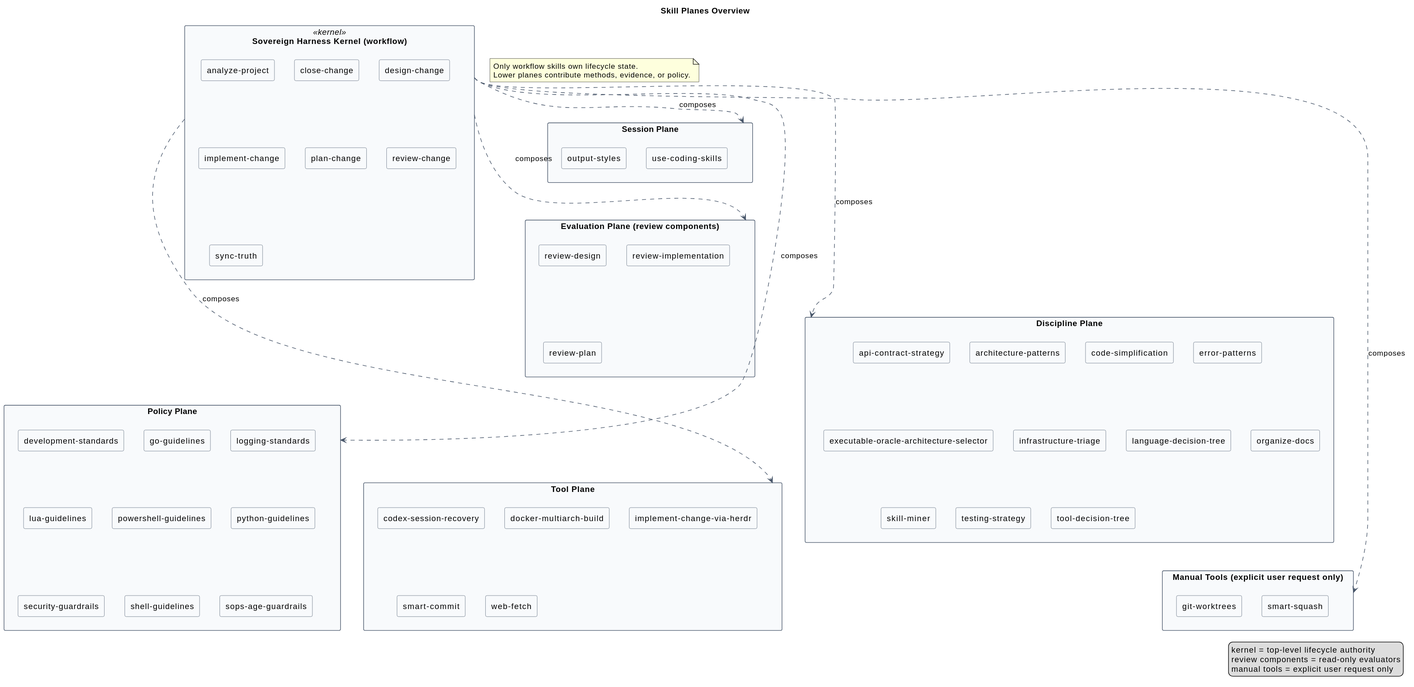
Earlier version of the PlantUML export docs/architecture/generated/skill-planes.svg (CsHeng/agent-skills).
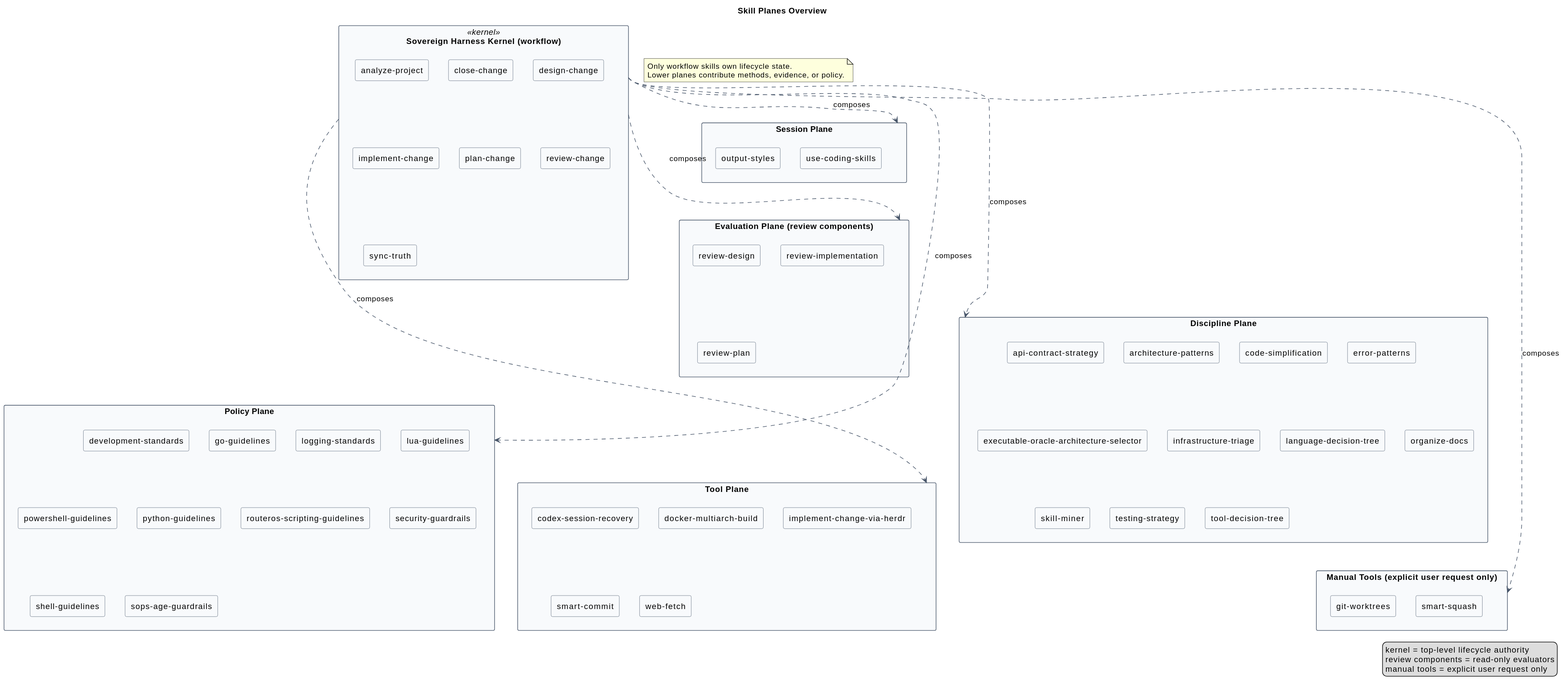
Later version of the same file.

The edit, as a diff of the source:
```diff
@@ -51,6 +51,7 @@
   rectangle "lua-guidelines" as n_lua_guidelines
   rectangle "powershell-guidelines" as n_powershell_guidelines
   rectangle "python-guidelines" as n_python_guidelines
+  rectangle "routeros-scripting-guidelines" as n_routeros_scripting_guidelines
   rectangle "security-guardrails" as n_security_guardrails
   rectangle "shell-guidelines" as n_shell_guidelines
   rectangle "sops-age-guardrails" as n_sops_age_guardrails
```
